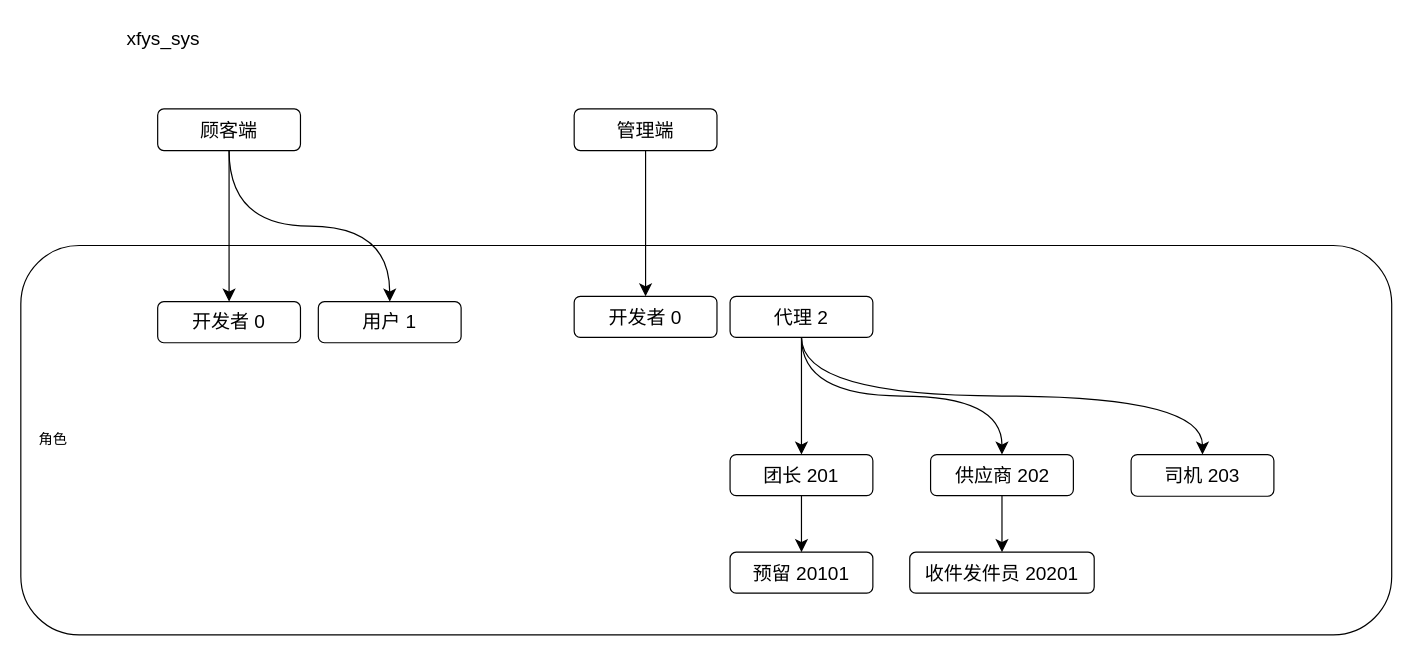
xyfll7/xyfll7 keeps this draw.io diagram as 小象心选.drawio. Above is the earlier version. Source tidied: cells renumbered, new cells numbered last; positions are measured from the earlier drawing's top-left corner, leaving out a move shared by most shapes. Both pictures are drawn from the tidied source at 119%, with x=0, y=0 at pixel (20, 20).
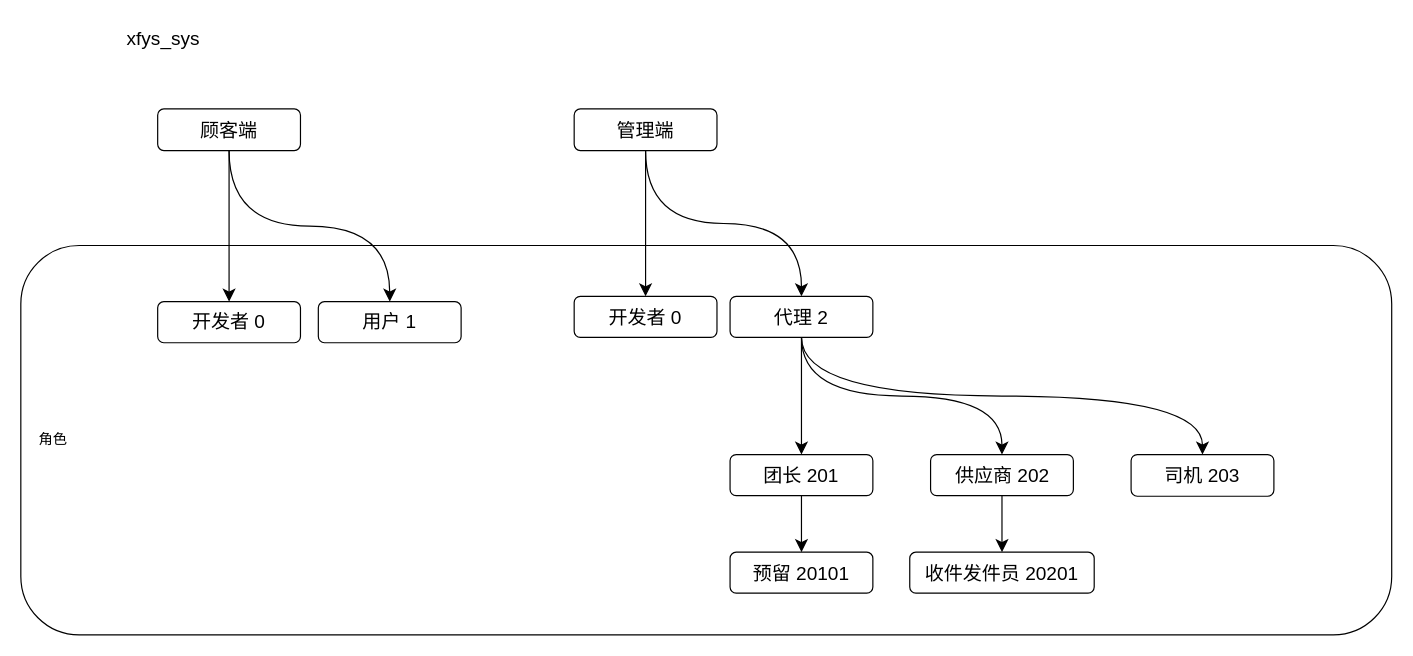
The same diagram, later.

Commit message (it also covers changes not shown here):
更新小象心选.drawio

The change refers to these unchanged cells:
```xml
<mxCell id="14" value="管理端" style="rounded=1;whiteSpace=wrap;html=1;fontSize=16;" parent="1" vertex="1">
  <mxGeometry x="465" y="74" width="120" height="35" as="geometry" />
</mxCell>
<mxCell id="21" value="代理 2" style="whiteSpace=wrap;html=1;fontSize=16;rounded=1;" parent="1" vertex="1">
  <mxGeometry x="596" y="231.5" width="120" height="34.5" as="geometry" />
</mxCell>
```

What changed in the source:
```diff
@@
+    <mxCell id="23" style="edgeStyle=orthogonalEdgeStyle;shape=connector;curved=1;rounded=0;jettySize=auto;html=1;exitX=0.5;exitY=1;exitDx=0;exitDy=0;labelBackgroundColor=default;strokeColor=default;align=center;verticalAlign=middle;fontFamily=Helvetica;fontSize=12;fontColor=default;endArrow=classic;startSize=8;endSize=8;" parent="1" edge="1" source="14" target="21">
+      <mxGeometry relative="1" as="geometry" />
+    </mxCell>
```
